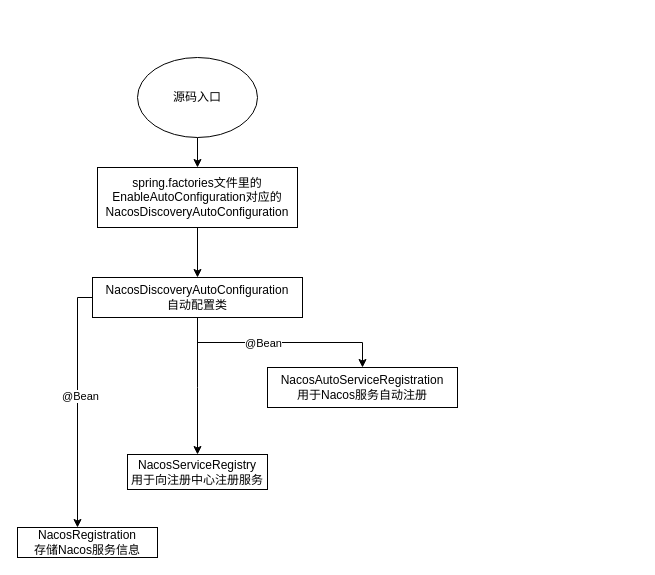
Earlier version of the draw.io diagram Nacos源码解析.drawio (linbingxing/mind). Source tidied: cells renumbered, new cells numbered last; positions are measured from the earlier drawing's top-left corner, leaving out a move shared by most shapes. Both pictures are drawn from the tidied source at 100%, with x=0, y=0 at pixel (17, 57).
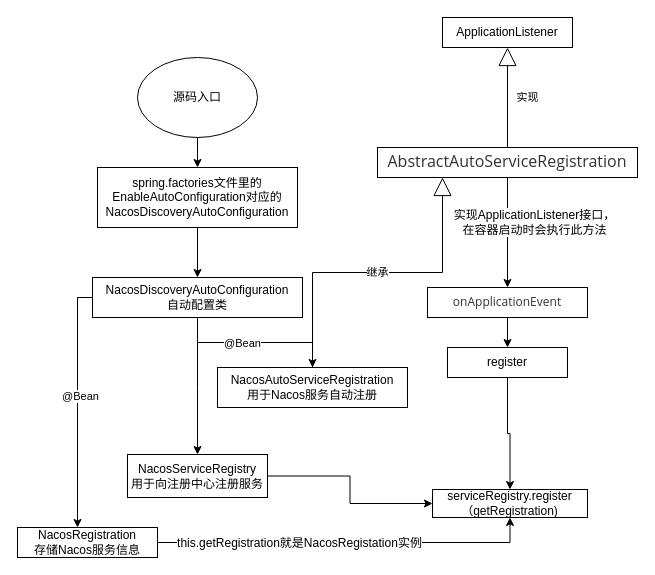
The same page after the edit.

Commit message (it also covers changes not shown here):
更新Nacos源码解析.drawio

Unchanged cells that the change refers to:
```xml
<mxCell id="13" value="NacosRegistration&lt;br&gt;存储Nacos服务信息" style="whiteSpace=wrap;html=1;" parent="1" vertex="1">
  <mxGeometry y="470" width="140" height="30" as="geometry" />
</mxCell>
```

Change to the diagram source:
```diff
@@
+    <mxCell id="15" style="edgeStyle=orthogonalEdgeStyle;rounded=0;jettySize=auto;html=1;fontSize=12;" parent="1" edge="1" source="12" target="28">
+      <mxGeometry relative="1" as="geometry" />
+    </mxCell>
     <mxCell id="12" value="NacosServiceRegistry&lt;br&gt;用于向注册中心注册服务" style="whiteSpace=wrap;html=1;" parent="1" vertex="1">
-      <mxGeometry x="110" y="397" width="140" height="35" as="geometry" />
+      <mxGeometry x="110" y="397" width="140" height="43" as="geometry" />
     </mxCell>
+    <mxCell id="16" style="rounded=0;jettySize=auto;html=1;entryX=0.5;entryY=1;entryDx=0;entryDy=0;fontSize=12;edgeStyle=orthogonalEdgeStyle;" parent="1" edge="1" source="13" target="28">
+      <mxGeometry relative="1" as="geometry" />
+    </mxCell>
+    <mxCell id="17" value="this.getRegistration就是NacosRegistation实例" style="edgeLabel;html=1;align=center;verticalAlign=middle;fontSize=12;" parent="16" vertex="1">
+      <mxGeometry x="-0.6" y="-1" relative="1" as="geometry">
+        <mxPoint x="65" y="-1" as="offset" />
+      </mxGeometry>
+    </mxCell>
@@
     <mxCell id="14" value="NacosAutoServiceRegistration&lt;br&gt;用于Nacos服务自动注册" style="whiteSpace=wrap;html=1;" parent="1" vertex="1">
-      <mxGeometry x="250" y="310" width="190" height="40" as="geometry" />
+      <mxGeometry x="200" y="310" width="190" height="40" as="geometry" />
     </mxCell>
+    <mxCell id="18" value="&lt;span&gt;ApplicationListener&lt;/span&gt;" style="rounded=0;whiteSpace=wrap;html=1;strokeColor=#000000;" parent="1" vertex="1">
+      <mxGeometry x="425" y="-40" width="130" height="30" as="geometry" />
+    </mxCell>
+    <mxCell id="19" style="edgeStyle=orthogonalEdgeStyle;rounded=0;jettySize=auto;html=1;" parent="1" edge="1" source="20" target="23">
+      <mxGeometry relative="1" as="geometry" />
+    </mxCell>
+    <mxCell id="20" value="&lt;pre style=&quot;color: rgb(169 , 183 , 198) ; font-family: &amp;#34;consolas&amp;#34; ; font-size: 13.5pt&quot;&gt;&lt;span style=&quot;color: rgb(51 , 51 , 51) ; font-family: &amp;#34;open sans&amp;#34; , &amp;#34;clear sans&amp;#34; , &amp;#34;helvetica neue&amp;#34; , &amp;#34;helvetica&amp;#34; , &amp;#34;arial&amp;#34; , &amp;#34;segoe ui emoji&amp;#34; , sans-serif ; font-size: 16px ; background-color: rgb(255 , 255 , 255)&quot;&gt;AbstractAutoServiceRegistration&lt;/span&gt;&lt;br&gt;&lt;/pre&gt;" style="rounded=0;whiteSpace=wrap;html=1;strokeColor=#000000;" parent="1" vertex="1">
+      <mxGeometry x="360" y="90" width="260" height="30" as="geometry" />
+    </mxCell>
+    <mxCell id="21" value="实现" style="endArrow=block;endSize=16;endFill=0;html=1;rounded=0;entryX=0.5;entryY=1;entryDx=0;entryDy=0;exitX=0.5;exitY=0;exitDx=0;exitDy=0;" parent="1" edge="1" source="20" target="18">
+      <mxGeometry y="-20" relative="1" as="geometry" />
+    </mxCell>
+    <mxCell id="22" style="edgeStyle=orthogonalEdgeStyle;rounded=0;jettySize=auto;html=1;" parent="1" edge="1" source="23" target="27">
+      <mxGeometry relative="1" as="geometry" />
+    </mxCell>
+    <mxCell id="23" value="&lt;span style=&quot;color: rgb(51 , 51 , 51) ; font-family: &amp;#34;open sans&amp;#34; , &amp;#34;clear sans&amp;#34; , &amp;#34;helvetica neue&amp;#34; , &amp;#34;helvetica&amp;#34; , &amp;#34;arial&amp;#34; , &amp;#34;segoe ui emoji&amp;#34; , sans-serif ; background-color: rgb(255 , 255 , 255)&quot;&gt;&lt;font style=&quot;font-size: 12px&quot;&gt;onApplicationEvent&lt;/font&gt;&lt;/span&gt;" style="whiteSpace=wrap;html=1;strokeColor=#000000;rounded=0;" parent="1" vertex="1">
+      <mxGeometry x="410" y="230" width="160" height="30" as="geometry" />
+    </mxCell>
+    <mxCell id="24" value="继承" style="endArrow=block;endSize=16;endFill=0;html=1;rounded=0;exitX=0.5;exitY=0;exitDx=0;exitDy=0;entryX=0.25;entryY=1;entryDx=0;entryDy=0;edgeStyle=orthogonalEdgeStyle;" parent="1" edge="1" source="14" target="20">
+      <mxGeometry relative="1" as="geometry" />
+    </mxCell>
+    <mxCell id="25" value="实现ApplicationListener接口，在容器启动时会执行此方法" style="text;html=1;strokeColor=none;fillColor=none;align=center;verticalAlign=middle;whiteSpace=wrap;rounded=0;labelBackgroundColor=#FFFFFF;" parent="1" vertex="1">
+      <mxGeometry x="430" y="150" width="175" height="30" as="geometry" />
+    </mxCell>
+    <mxCell id="26" style="edgeStyle=orthogonalEdgeStyle;rounded=0;jettySize=auto;html=1;" parent="1" edge="1" source="27" target="28">
+      <mxGeometry relative="1" as="geometry" />
+    </mxCell>
+    <mxCell id="27" value="register" style="whiteSpace=wrap;html=1;strokeColor=#000000;rounded=0;" parent="1" vertex="1">
+      <mxGeometry x="430" y="290" width="120" height="30" as="geometry" />
+    </mxCell>
+    <mxCell id="28" value="serviceRegistry.register&lt;br&gt;（getRegistration)" style="whiteSpace=wrap;html=1;strokeColor=#000000;rounded=0;" parent="1" vertex="1">
+      <mxGeometry x="415" y="432" width="155" height="28" as="geometry" />
+    </mxCell>
```
